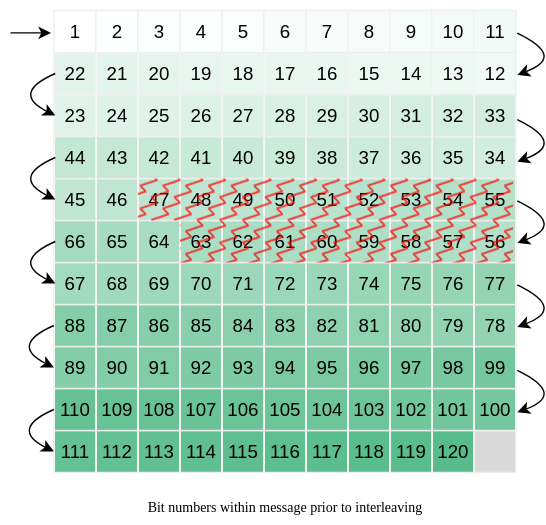
Above: content/blog/tetra-intro-lower-mac/interleaving-periods.drawio.svg in retsplines/blog (draw.io), before the change. Source tidied: cells renumbered, new cells last; positions are measured from the earlier drawing's top-left corner, leaving out a move shared by most shapes.
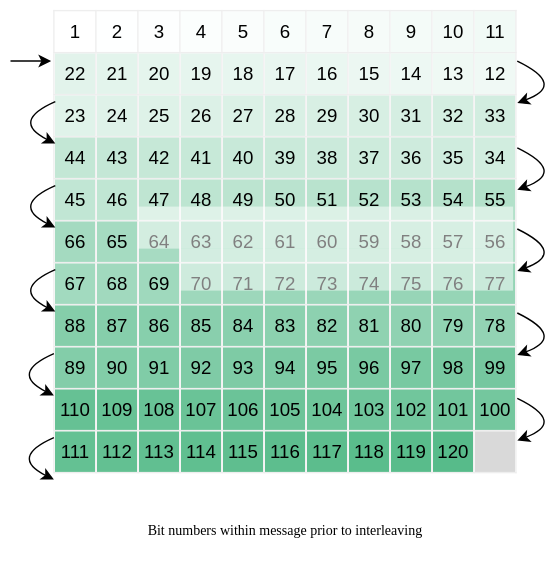
The same diagram one commit later.

Commit message:
Fix: Extremely janky diagrams.

These are caused (I think) because I copied the table data out of Google Sheets...

The edit, as a diff of the source:
```diff
@@ -5,3 +5,3 @@
     <mxCell id="2" value="&lt;div&gt;&lt;font face=&quot;Monaco&quot;&gt;&lt;span&gt;Bit numbers within message prior to interleaving&lt;/span&gt;&lt;/font&gt;&lt;/div&gt;" style="text;whiteSpace=wrap;html=1;align=center;fontSize=10;fontColor=light-dark(#000000,#FFFFFF);" parent="1" vertex="1">
-      <mxGeometry x="35" y="350" width="325" height="24" as="geometry" />
+      <mxGeometry x="35" y="366" width="325" height="51" as="geometry" />
     </mxCell>
@@ -10,7 +10,7 @@
     </mxCell>
-    <mxCell id="4" style="whiteSpace=wrap;html=1;fillColor=light-dark(#FFFFFF,#FF0000);fillStyle=zigzag-line;strokeColor=none;" parent="1" vertex="1">
-      <mxGeometry x="92" y="127" width="268" height="30" as="geometry" />
+    <mxCell id="4" style="whiteSpace=wrap;html=1;fillColor=light-dark(#FFFFFF,#FF0000);fillStyle=auto;strokeColor=none;opacity=50;" parent="1" vertex="1">
+      <mxGeometry x="92" y="147" width="268" height="30" as="geometry" />
     </mxCell>
-    <mxCell id="5" style="whiteSpace=wrap;html=1;fillColor=light-dark(#FFFFFF,#FF0000);fillStyle=zigzag-line;strokeColor=none;" parent="1" vertex="1">
-      <mxGeometry x="122" y="157" width="238" height="30" as="geometry" />
+    <mxCell id="5" style="whiteSpace=wrap;html=1;fillColor=light-dark(#FFFFFF,#FF0000);fillStyle=auto;strokeColor=none;opacity=50;" parent="1" vertex="1">
+      <mxGeometry x="122" y="177" width="238" height="30" as="geometry" />
     </mxCell>
@@ -18,11 +18,12 @@
       <mxGeometry relative="1" as="geometry">
-        <mxPoint x="1" y="23" as="sourcePoint" />
-        <mxPoint x="30" y="23" as="targetPoint" />
+        <mxPoint x="1" y="43" as="sourcePoint" />
+        <mxPoint x="30" y="43" as="targetPoint" />
       </mxGeometry>
     </mxCell>
-    <mxCell id="7" style="edgeStyle=none;jettySize=auto;html=1;curved=1;exitX=1.009;exitY=0.068;exitDx=0;exitDy=0;exitPerimeter=0;strokeColor=light-dark(#000000,#808080);" parent="1" edge="1" source="3">
+    <mxCell id="7" style="edgeStyle=none;orthogonalLoop=1;jettySize=auto;html=1;curved=1;exitX=1.009;exitY=0.068;exitDx=0;exitDy=0;exitPerimeter=0;strokeColor=light-dark(#000000,#808080);" parent="1" edge="1">
       <mxGeometry relative="1" as="geometry">
-        <mxPoint x="363" y="53" as="targetPoint" />
+        <mxPoint x="363" y="43.1" as="sourcePoint" />
+        <mxPoint x="363" y="73" as="targetPoint" />
         <Array as="points">
-          <mxPoint x="398" y="40" />
+          <mxPoint x="398" y="60" />
         </Array>
@@ -32,6 +33,6 @@
       <mxGeometry relative="1" as="geometry">
-        <mxPoint x="33" y="52" as="sourcePoint" />
-        <mxPoint x="33" y="82" as="targetPoint" />
+        <mxPoint x="33" y="72" as="sourcePoint" />
+        <mxPoint x="33" y="102" as="targetPoint" />
         <Array as="points">
-          <mxPoint x="1" y="66" />
+          <mxPoint x="1" y="86" />
         </Array>
@@ -41,6 +42,6 @@
       <mxGeometry relative="1" as="geometry">
-        <mxPoint x="363" y="85" as="sourcePoint" />
-        <mxPoint x="363" y="115" as="targetPoint" />
+        <mxPoint x="363" y="105" as="sourcePoint" />
+        <mxPoint x="363" y="135" as="targetPoint" />
         <Array as="points">
-          <mxPoint x="398" y="102" />
+          <mxPoint x="398" y="122" />
         </Array>
@@ -50,6 +51,6 @@
       <mxGeometry relative="1" as="geometry">
-        <mxPoint x="363" y="143" as="sourcePoint" />
-        <mxPoint x="363" y="173" as="targetPoint" />
+        <mxPoint x="363" y="163" as="sourcePoint" />
+        <mxPoint x="363" y="193" as="targetPoint" />
         <Array as="points">
-          <mxPoint x="398" y="160" />
+          <mxPoint x="398" y="180" />
         </Array>
@@ -59,6 +60,6 @@
       <mxGeometry relative="1" as="geometry">
-        <mxPoint x="363" y="203" as="sourcePoint" />
-        <mxPoint x="363" y="233" as="targetPoint" />
+        <mxPoint x="363" y="223" as="sourcePoint" />
+        <mxPoint x="363" y="253" as="targetPoint" />
         <Array as="points">
-          <mxPoint x="398" y="220" />
+          <mxPoint x="398" y="240" />
         </Array>
@@ -68,6 +69,6 @@
       <mxGeometry relative="1" as="geometry">
-        <mxPoint x="363" y="264" as="sourcePoint" />
-        <mxPoint x="363" y="294" as="targetPoint" />
+        <mxPoint x="363" y="284" as="sourcePoint" />
+        <mxPoint x="363" y="314" as="targetPoint" />
         <Array as="points">
-          <mxPoint x="398" y="281" />
+          <mxPoint x="398" y="301" />
         </Array>
@@ -77,6 +78,6 @@
       <mxGeometry relative="1" as="geometry">
-        <mxPoint x="33" y="112" as="sourcePoint" />
-        <mxPoint x="33" y="142" as="targetPoint" />
+        <mxPoint x="33" y="132" as="sourcePoint" />
+        <mxPoint x="33" y="162" as="targetPoint" />
         <Array as="points">
-          <mxPoint x="1" y="126" />
+          <mxPoint x="1" y="146" />
         </Array>
@@ -86,6 +87,6 @@
       <mxGeometry relative="1" as="geometry">
-        <mxPoint x="33" y="172" as="sourcePoint" />
-        <mxPoint x="33" y="202" as="targetPoint" />
+        <mxPoint x="33" y="192" as="sourcePoint" />
+        <mxPoint x="33" y="222" as="targetPoint" />
         <Array as="points">
-          <mxPoint x="1" y="186" />
+          <mxPoint x="1" y="206" />
         </Array>
@@ -95,6 +96,6 @@
       <mxGeometry relative="1" as="geometry">
-        <mxPoint x="32" y="232" as="sourcePoint" />
-        <mxPoint x="32" y="262" as="targetPoint" />
+        <mxPoint x="32" y="252" as="sourcePoint" />
+        <mxPoint x="32" y="282" as="targetPoint" />
         <Array as="points">
-          <mxPoint y="246" />
+          <mxPoint y="266" />
         </Array>
@@ -104,6 +105,6 @@
       <mxGeometry relative="1" as="geometry">
-        <mxPoint x="32" y="292" as="sourcePoint" />
-        <mxPoint x="32" y="322" as="targetPoint" />
+        <mxPoint x="32" y="312" as="sourcePoint" />
+        <mxPoint x="32" y="342" as="targetPoint" />
         <Array as="points">
-          <mxPoint y="306" />
+          <mxPoint y="326" />
         </Array>
```
